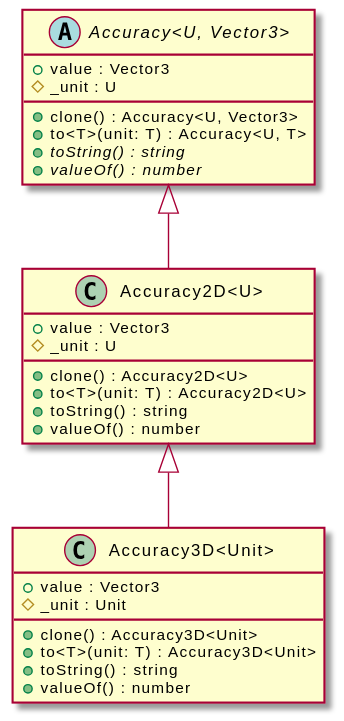
This is assets/Accuracy2D-umlClassDiagram-6612.svg from OpenHPS/openhps-core, a PlantUML export, as it was before one commit. Source of this version:
```plantuml
@startuml
skinparam BackgroundColor transparent
hide empty methods
hide empty fields
class "Accuracy2D<U>" {
    +value : Vector3
    #_unit : U
    +clone() : Accuracy2D<U>
    +to<T>(unit: T) : Accuracy2D<U>
    +toString() : string
    +valueOf() : number
}
abstract class "Accuracy<U, Vector3>" {
    +value : Vector3
    #_unit : U
    +clone() : Accuracy<U, Vector3>
    +to<T>(unit: T) : Accuracy<U, T>
    {abstract} +toString() : string
    {abstract} +valueOf() : number
}
"Accuracy<U, Vector3>" <|-- "Accuracy2D<U>"
class "Accuracy3D<Unit>" {
    +value : Vector3
    #_unit : Unit
    +clone() : Accuracy3D<Unit>
    +to<T>(unit: T) : Accuracy3D<Unit>
    +toString() : string
    +valueOf() : number
}
"Accuracy2D<U>" <|-- "Accuracy3D<Unit>"
@enduml
```
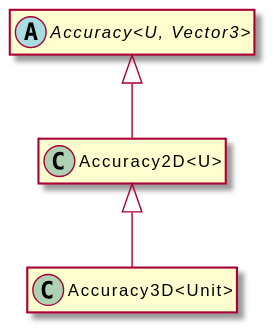
The same diagram one commit later.

What changed in the source:
```diff
@@ -3,29 +3,11 @@
 hide empty methods
 hide empty fields
 class "Accuracy2D<U>" {
-    +value : Vector3
-    #_unit : U
-    +clone() : Accuracy2D<U>
-    +to<T>(unit: T) : Accuracy2D<U>
-    +toString() : string
-    +valueOf() : number
 }
 abstract class "Accuracy<U, Vector3>" {
-    +value : Vector3
-    #_unit : U
-    +clone() : Accuracy<U, Vector3>
-    +to<T>(unit: T) : Accuracy<U, T>
-    {abstract} +toString() : string
-    {abstract} +valueOf() : number
 }
 "Accuracy<U, Vector3>" <|-- "Accuracy2D<U>"
 class "Accuracy3D<Unit>" {
-    +value : Vector3
-    #_unit : Unit
-    +clone() : Accuracy3D<Unit>
-    +to<T>(unit: T) : Accuracy3D<Unit>
-    +toString() : string
-    +valueOf() : number
 }
 "Accuracy2D<U>" <|-- "Accuracy3D<Unit>"
 @enduml
```
